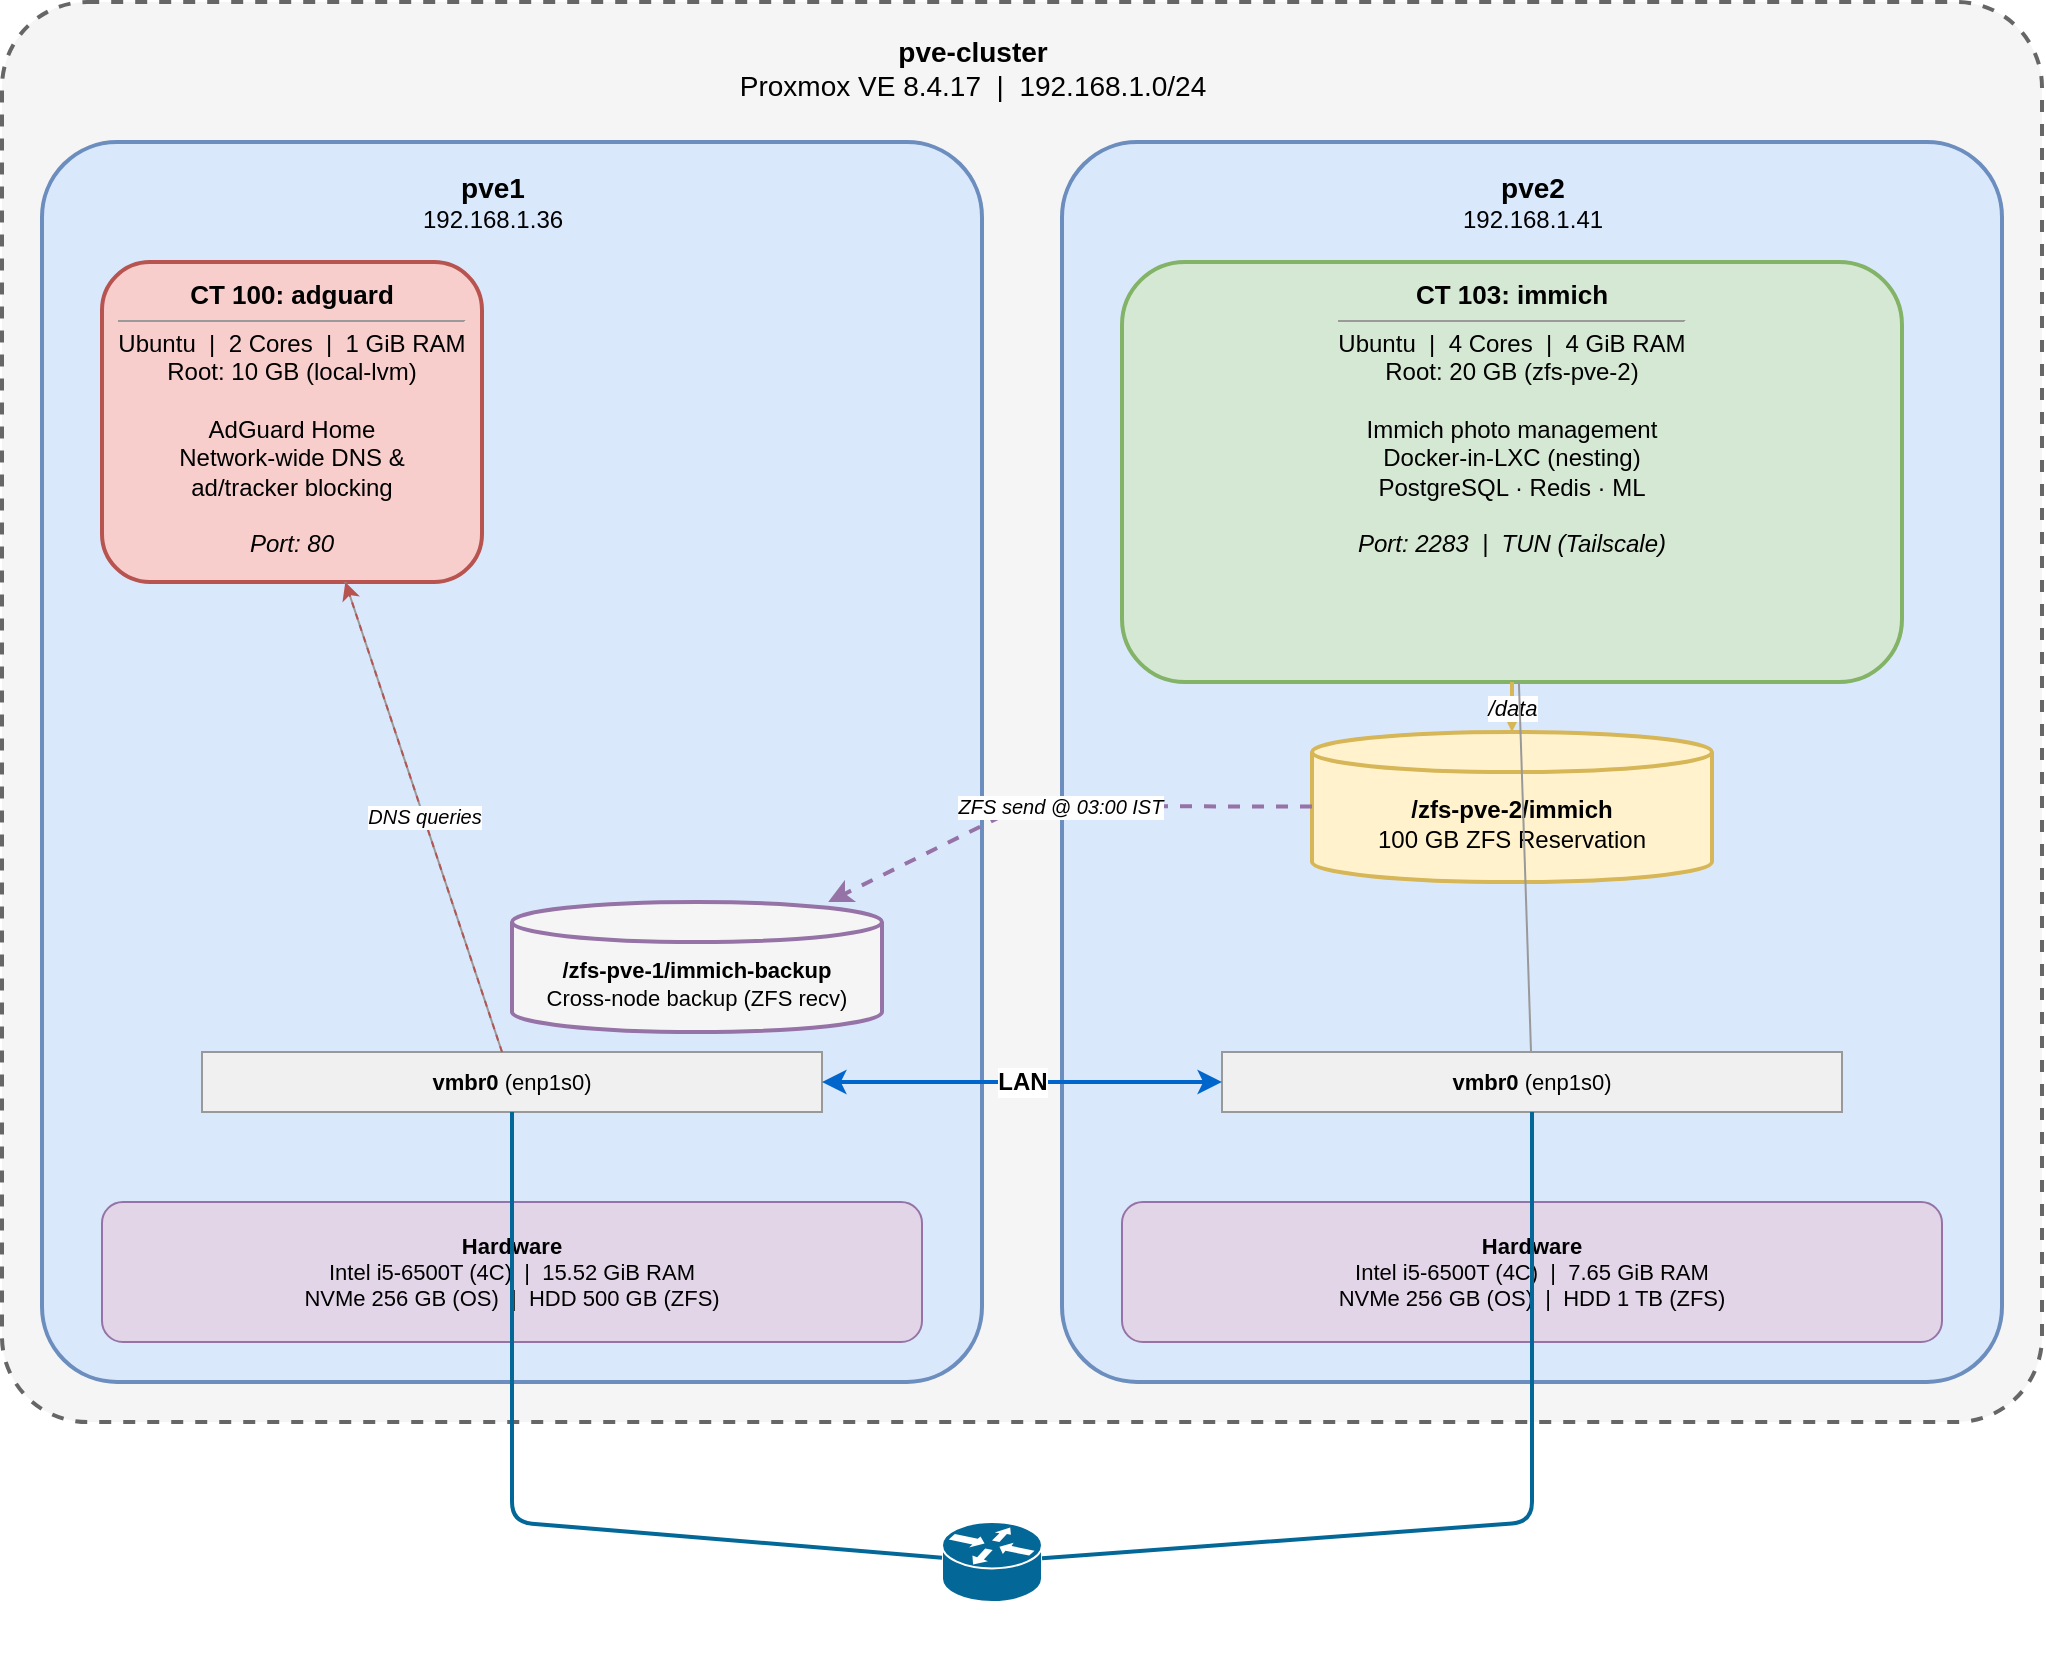
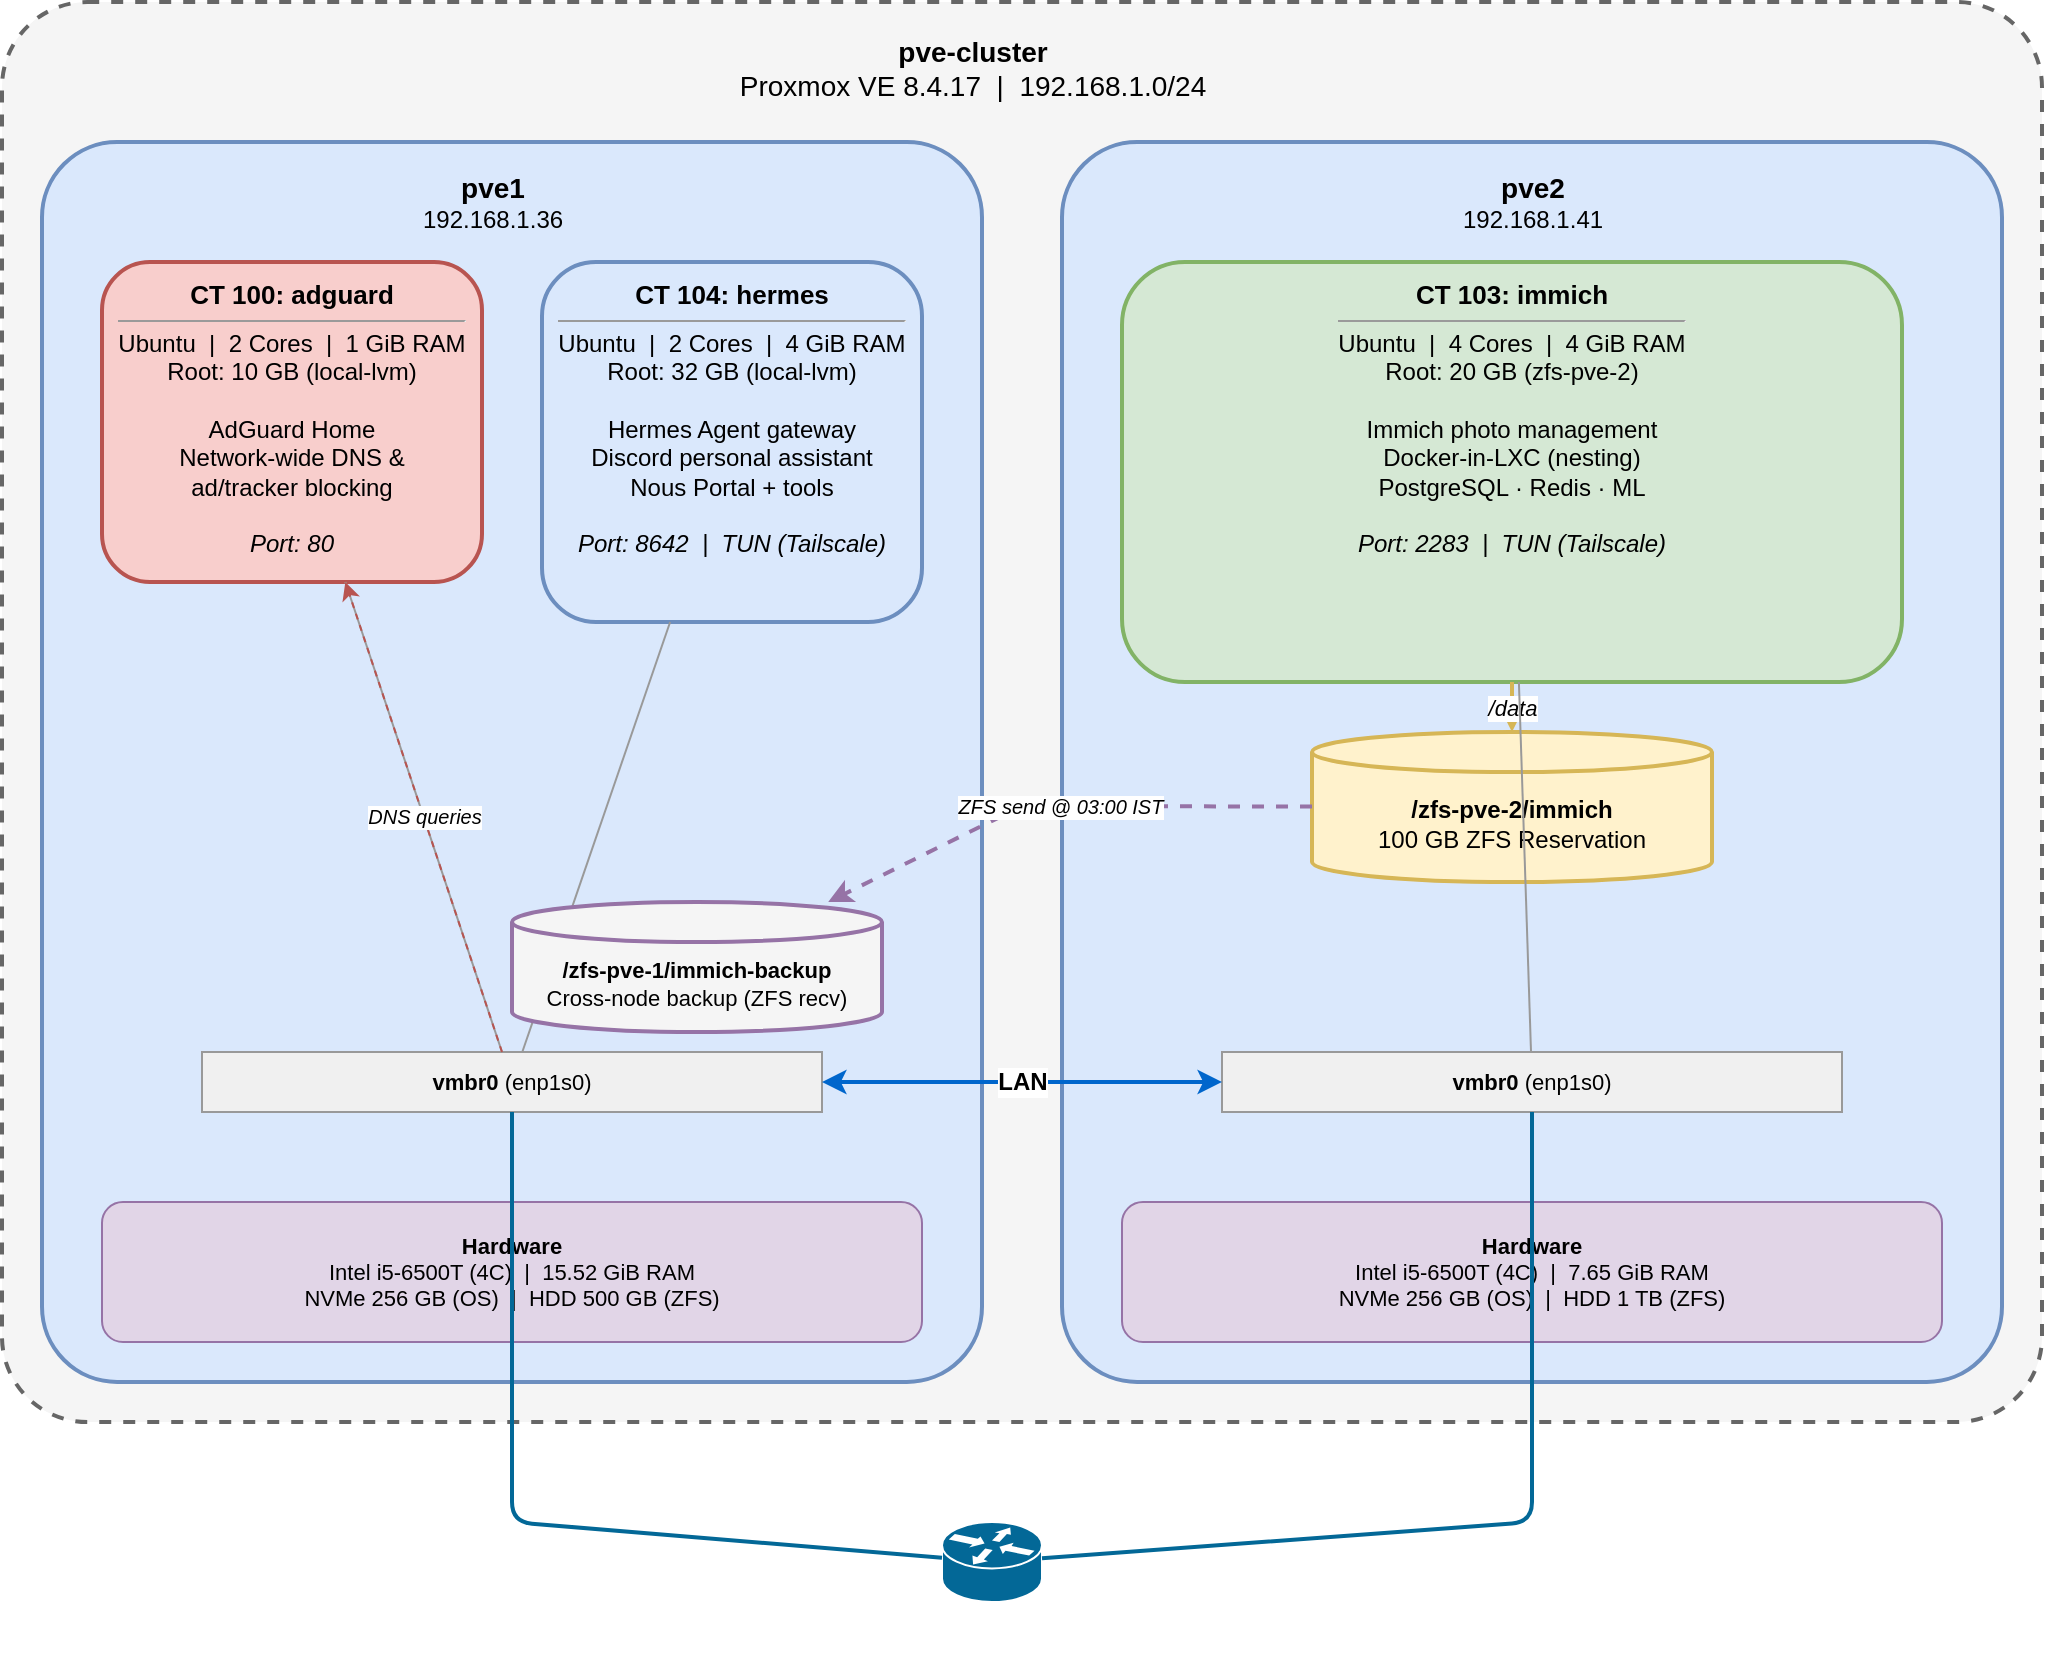
<mxfile host="app.diagrams.net" modified="2026-04-19T00:00:00.000Z" agent="Claude" version="24.0.0" type="device">
  <diagram id="homelab-architecture" name="Homelab Architecture">
    <mxGraphModel dx="1422" dy="762" grid="1" gridSize="10" guides="1" tooltips="1" connect="1" arrows="1" fold="1" page="1" pageScale="1" pageWidth="1100" pageHeight="850" math="0" shadow="0">
      <root>
        <mxCell id="0"/>
        <mxCell id="1" parent="0"/>

        <!-- Cluster -->
        <mxCell id="cluster" value="" style="rounded=1;whiteSpace=wrap;html=1;fillColor=#f5f5f5;strokeColor=#666666;fontColor=#333333;dashed=1;strokeWidth=2;arcSize=6;" vertex="1" parent="1">
          <mxGeometry x="40" y="30" width="1020" height="710" as="geometry"/>
        </mxCell>
        <mxCell id="cluster-label" value="&lt;b&gt;pve-cluster&lt;/b&gt;&lt;br&gt;Proxmox VE 8.4.17 &amp;nbsp;|&amp;nbsp; 192.168.1.0/24" style="text;html=1;align=center;verticalAlign=top;resizable=0;points=[];autosize=1;strokeColor=none;fillColor=none;fontSize=14;" vertex="1" parent="1">
          <mxGeometry x="370" y="40" width="310" height="40" as="geometry"/>
        </mxCell>

        <!-- pve1 node -->
        <mxCell id="pve1" value="" style="rounded=1;whiteSpace=wrap;html=1;fillColor=#dae8fc;strokeColor=#6c8ebf;strokeWidth=2;arcSize=8;" vertex="1" parent="1">
          <mxGeometry x="60" y="100" width="470" height="620" as="geometry"/>
        </mxCell>
        <mxCell id="pve1-label" value="&lt;b style='font-size:14px'&gt;pve1&lt;/b&gt;&lt;br&gt;192.168.1.36" style="text;html=1;align=center;verticalAlign=top;resizable=0;points=[];autosize=1;strokeColor=none;fillColor=none;" vertex="1" parent="1">
          <mxGeometry x="230" y="108" width="110" height="40" as="geometry"/>
        </mxCell>

        <!-- pve1 hardware -->
        <mxCell id="pve1-hw" value="&lt;b&gt;Hardware&lt;/b&gt;&lt;br&gt;Intel i5-6500T (4C) &amp;nbsp;|&amp;nbsp; 15.52 GiB RAM&lt;br&gt;NVMe 256 GB (OS) &amp;nbsp;|&amp;nbsp; HDD 500 GB (ZFS)" style="rounded=1;whiteSpace=wrap;html=1;fillColor=#e1d5e7;strokeColor=#9673a6;fontSize=11;verticalAlign=middle;" vertex="1" parent="1">
          <mxGeometry x="90" y="630" width="410" height="70" as="geometry"/>
        </mxCell>

        <!-- AdGuard container (pve1) -->
        <mxCell id="adguard" value="&lt;b style='font-size:13px'&gt;CT 100: adguard&lt;/b&gt;&lt;br&gt;&lt;hr size='1' style='margin:4px 0'&gt;Ubuntu &amp;nbsp;|&amp;nbsp; 2 Cores &amp;nbsp;|&amp;nbsp; 1 GiB RAM&lt;br&gt;Root: 10 GB (local-lvm)&lt;br&gt;&lt;br&gt;AdGuard Home&lt;br&gt;Network-wide DNS &amp;amp;&lt;br&gt;ad/tracker blocking&lt;br&gt;&lt;br&gt;&lt;i&gt;Port: 80&lt;/i&gt;" style="rounded=1;whiteSpace=wrap;html=1;fillColor=#f8cecc;strokeColor=#b85450;strokeWidth=2;verticalAlign=top;spacingTop=2;" vertex="1" parent="1">
          <mxGeometry x="90" y="160" width="190" height="160" as="geometry"/>
        </mxCell>

+         <!-- Hermes container (pve1) -->
+         <mxCell id="hermes" value="&lt;b style='font-size:13px'&gt;CT 104: hermes&lt;/b&gt;&lt;br&gt;&lt;hr size='1' style='margin:4px 0'&gt;Ubuntu &amp;nbsp;|&amp;nbsp; 2 Cores &amp;nbsp;|&amp;nbsp; 4 GiB RAM&lt;br&gt;Root: 32 GB (local-lvm)&lt;br&gt;&lt;br&gt;Hermes Agent gateway&lt;br&gt;Discord personal assistant&lt;br&gt;Nous Portal + tools&lt;br&gt;&lt;br&gt;&lt;i&gt;Port: 8642 &amp;nbsp;|&amp;nbsp; TUN (Tailscale)&lt;/i&gt;" style="rounded=1;whiteSpace=wrap;html=1;fillColor=#dae8fc;strokeColor=#6c8ebf;strokeWidth=2;verticalAlign=top;spacingTop=2;" vertex="1" parent="1">
+           <mxGeometry x="310" y="160" width="190" height="180" as="geometry"/>
+         </mxCell>
+ 
        <!-- Network bridge - pve1 -->
        <mxCell id="vmbr0-pve1" value="&lt;b&gt;vmbr0&lt;/b&gt; (enp1s0)" style="rounded=0;whiteSpace=wrap;html=1;fillColor=#f0f0f0;strokeColor=#999999;fontSize=11;" vertex="1" parent="1">
          <mxGeometry x="140" y="555" width="310" height="30" as="geometry"/>
        </mxCell>

        <!-- Container to bridge connections - pve1 -->
        <mxCell id="ag-net" value="" style="endArrow=none;html=1;strokeColor=#999999;strokeWidth=1;" edge="1" parent="1" source="adguard" target="vmbr0-pve1">
+           <mxGeometry relative="1" as="geometry"/>
+         </mxCell>
+         <mxCell id="hermes-net" value="" style="endArrow=none;html=1;strokeColor=#999999;strokeWidth=1;" edge="1" parent="1" source="hermes" target="vmbr0-pve1">
          <mxGeometry relative="1" as="geometry"/>
        </mxCell>

        <!-- DNS query arrow -->
        <mxCell id="dns-flow" value="DNS queries" style="endArrow=classic;html=1;strokeColor=#b85450;strokeWidth=1;dashed=1;fontSize=10;fontStyle=2;" edge="1" parent="1" source="vmbr0-pve1" target="adguard">
          <mxGeometry relative="1" as="geometry"/>
        </mxCell>

        <!-- pve2 node -->
        <mxCell id="pve2" value="" style="rounded=1;whiteSpace=wrap;html=1;fillColor=#dae8fc;strokeColor=#6c8ebf;strokeWidth=2;arcSize=8;" vertex="1" parent="1">
          <mxGeometry x="570" y="100" width="470" height="620" as="geometry"/>
        </mxCell>
        <mxCell id="pve2-label" value="&lt;b style='font-size:14px'&gt;pve2&lt;/b&gt;&lt;br&gt;192.168.1.41" style="text;html=1;align=center;verticalAlign=top;resizable=0;points=[];autosize=1;strokeColor=none;fillColor=none;" vertex="1" parent="1">
          <mxGeometry x="750" y="108" width="110" height="40" as="geometry"/>
        </mxCell>

        <!-- pve2 hardware -->
        <mxCell id="pve2-hw" value="&lt;b&gt;Hardware&lt;/b&gt;&lt;br&gt;Intel i5-6500T (4C) &amp;nbsp;|&amp;nbsp; 7.65 GiB RAM&lt;br&gt;NVMe 256 GB (OS) &amp;nbsp;|&amp;nbsp; HDD 1 TB (ZFS)" style="rounded=1;whiteSpace=wrap;html=1;fillColor=#e1d5e7;strokeColor=#9673a6;fontSize=11;verticalAlign=middle;" vertex="1" parent="1">
          <mxGeometry x="600" y="630" width="410" height="70" as="geometry"/>
        </mxCell>

        <!-- Immich container -->
        <mxCell id="immich" value="&lt;b style='font-size:13px'&gt;CT 103: immich&lt;/b&gt;&lt;br&gt;&lt;hr size='1' style='margin:4px 0'&gt;Ubuntu &amp;nbsp;|&amp;nbsp; 4 Cores &amp;nbsp;|&amp;nbsp; 4 GiB RAM&lt;br&gt;Root: 20 GB (zfs-pve-2)&lt;br&gt;&lt;br&gt;Immich photo management&lt;br&gt;Docker-in-LXC (nesting)&lt;br&gt;PostgreSQL &amp;middot; Redis &amp;middot; ML&lt;br&gt;&lt;br&gt;&lt;i&gt;Port: 2283 &amp;nbsp;|&amp;nbsp; TUN (Tailscale)&lt;/i&gt;" style="rounded=1;whiteSpace=wrap;html=1;fillColor=#d5e8d4;strokeColor=#82b366;strokeWidth=2;verticalAlign=top;spacingTop=2;" vertex="1" parent="1">
          <mxGeometry x="600" y="160" width="390" height="210" as="geometry"/>
        </mxCell>

        <!-- Immich ZFS storage -->
        <mxCell id="immich-storage" value="&lt;b&gt;/zfs-pve-2/immich&lt;/b&gt;&lt;br&gt;100 GB ZFS Reservation" style="shape=cylinder3;whiteSpace=wrap;html=1;boundedLbl=1;backgroundOutline=1;size=10;fillColor=#fff2cc;strokeColor=#d6b656;strokeWidth=2;fontSize=12;" vertex="1" parent="1">
          <mxGeometry x="695" y="395" width="200" height="75" as="geometry"/>
        </mxCell>

        <!-- Immich mount arrow -->
        <mxCell id="immich-mount" value="/data" style="endArrow=classic;html=1;strokeColor=#d6b656;strokeWidth=2;fontStyle=2;fontSize=11;" edge="1" parent="1" source="immich" target="immich-storage">
          <mxGeometry relative="1" as="geometry"/>
        </mxCell>

        <!-- Immich backup dataset (pve1) -->
        <mxCell id="immich-backup" value="&lt;b&gt;/zfs-pve-1/immich-backup&lt;/b&gt;&lt;br&gt;Cross-node backup (ZFS recv)" style="shape=cylinder3;whiteSpace=wrap;html=1;boundedLbl=1;backgroundOutline=1;size=10;fillColor=#f5f5f5;strokeColor=#9673a6;strokeWidth=2;fontSize=11;" vertex="1" parent="1">
          <mxGeometry x="295" y="480" width="185" height="65" as="geometry"/>
        </mxCell>

        <!-- Nightly backup arrow (pve2 → pve1 via Tailscale) -->
        <mxCell id="backup-flow" value="ZFS send @ 03:00 IST" style="endArrow=classic;html=1;strokeColor=#9673a6;strokeWidth=2;dashed=1;fontSize=10;fontStyle=2;" edge="1" parent="1" source="immich-storage" target="immich-backup">
          <mxGeometry relative="1" as="geometry">
            <Array as="points">
              <mxPoint x="550" y="432"/>
            </Array>
          </mxGeometry>
        </mxCell>

        <!-- Network bridge - pve2 -->
        <mxCell id="vmbr0-pve2" value="&lt;b&gt;vmbr0&lt;/b&gt; (enp1s0)" style="rounded=0;whiteSpace=wrap;html=1;fillColor=#f0f0f0;strokeColor=#999999;fontSize=11;" vertex="1" parent="1">
          <mxGeometry x="650" y="555" width="310" height="30" as="geometry"/>
        </mxCell>

        <!-- Container to bridge connections - pve2 -->
        <mxCell id="immich-net" value="" style="endArrow=none;html=1;strokeColor=#999999;strokeWidth=1;" edge="1" parent="1" source="immich" target="vmbr0-pve2">
          <mxGeometry relative="1" as="geometry"/>
        </mxCell>

        <!-- Cross-node network link -->
        <mxCell id="node-link" value="LAN" style="endArrow=classic;startArrow=classic;html=1;strokeColor=#0066CC;strokeWidth=2;fontSize=12;fontStyle=1;" edge="1" parent="1" source="vmbr0-pve1" target="vmbr0-pve2">
          <mxGeometry relative="1" as="geometry"/>
        </mxCell>

        <!-- Gateway -->
        <mxCell id="gateway" value="&lt;b&gt;Gateway&lt;/b&gt;&lt;br&gt;192.168.1.1" style="shape=mxgraph.cisco.routers.router;html=1;fillColor=#036897;strokeColor=#ffffff;fontColor=#ffffff;labelPosition=center;verticalLabelPosition=bottom;verticalAlign=top;fontSize=11;fontStyle=0;sketch=0;" vertex="1" parent="1">
          <mxGeometry x="510" y="790" width="50" height="40" as="geometry"/>
        </mxCell>

        <!-- Gateway connections -->
        <mxCell id="gw-pve1" value="" style="endArrow=none;html=1;strokeColor=#036897;strokeWidth=2;" edge="1" parent="1" source="vmbr0-pve1" target="gateway">
          <mxGeometry relative="1" as="geometry">
            <Array as="points">
              <mxPoint x="295" y="790"/>
            </Array>
          </mxGeometry>
        </mxCell>
        <mxCell id="gw-pve2" value="" style="endArrow=none;html=1;strokeColor=#036897;strokeWidth=2;" edge="1" parent="1" source="vmbr0-pve2" target="gateway">
          <mxGeometry relative="1" as="geometry">
            <Array as="points">
              <mxPoint x="805" y="790"/>
            </Array>
          </mxGeometry>
        </mxCell>

      </root>
    </mxGraphModel>
  </diagram>
</mxfile>
